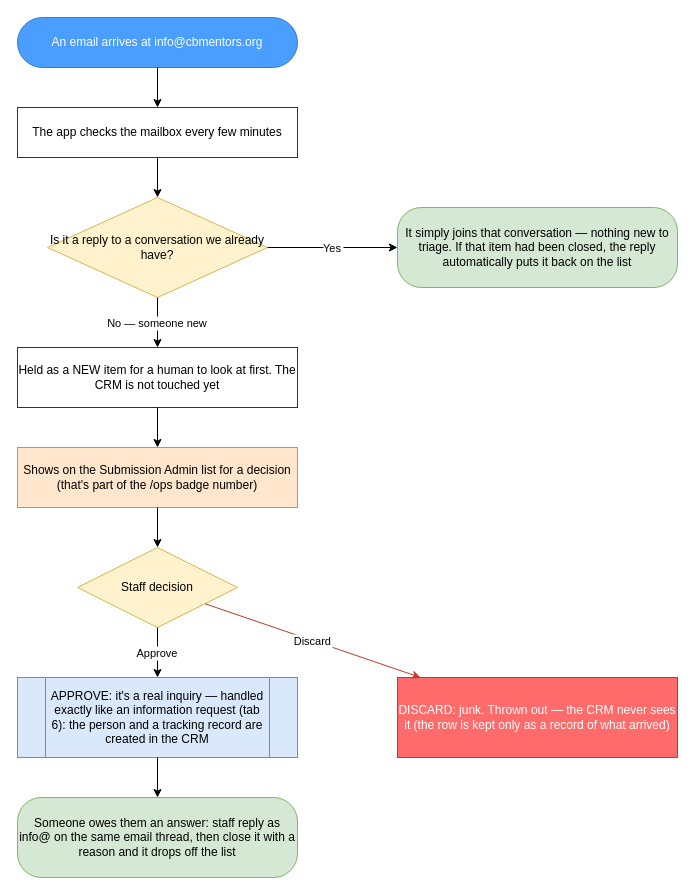
The draw.io diagram page "7 · Email to info@" (8 of 8) of intake-processing-flow.drawio in dbower44022/cbm-client-intake, before the edit. Source tidied: cells renumbered, new cells numbered last; positions are measured from the earlier drawing's top-left corner, leaving out a move shared by most shapes. Both pictures are drawn from the tidied source at 100%, with x=0, y=0 at pixel (17, 17).
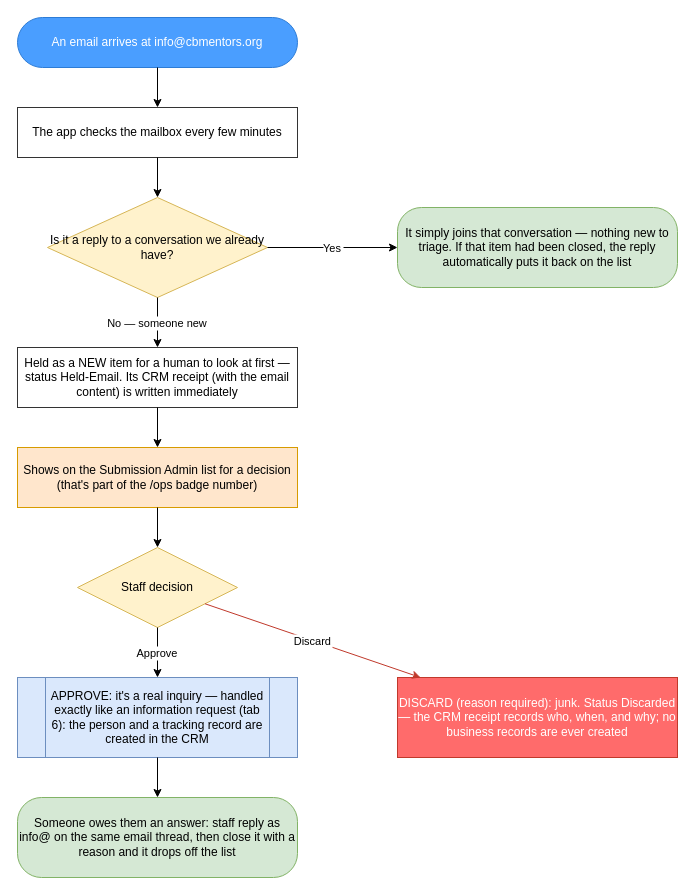
The same diagram, later.

Diff of the diagram source:
```diff
@@
-    <mxCell id="6" value="Held as a NEW item for a human to look at first. The CRM is not touched yet" style="rounded=0;whiteSpace=wrap;html=1;fillColor=#FFFFFF;strokeColor=#333333;" parent="1" vertex="1">
+    <mxCell id="6" value="Held as a NEW item for a human to look at first — status Held-Email. Its CRM receipt (with the email content) is written immediately" style="rounded=0;whiteSpace=wrap;html=1;fillColor=#FFFFFF;strokeColor=#333333;" parent="1" vertex="1">
       <mxGeometry y="330" width="280" height="60" as="geometry" />
     </mxCell>
@@
-    <mxCell id="11" value="DISCARD: junk. Thrown out — the CRM never sees it (the row is kept only as a record of what arrived)" style="rounded=0;whiteSpace=wrap;html=1;fillColor=#FF6B6B;fontColor=#FFFFFF;strokeColor=#C0392B;" parent="1" vertex="1">
+    <mxCell id="11" value="DISCARD (reason required): junk. Status Discarded — the CRM receipt records who, when, and why; no business records are ever created" style="rounded=0;whiteSpace=wrap;html=1;fillColor=#FF6B6B;fontColor=#FFFFFF;strokeColor=#C0392B;" parent="1" vertex="1">
       <mxGeometry x="380" y="660" width="280" height="80" as="geometry" />
     </mxCell>
```
